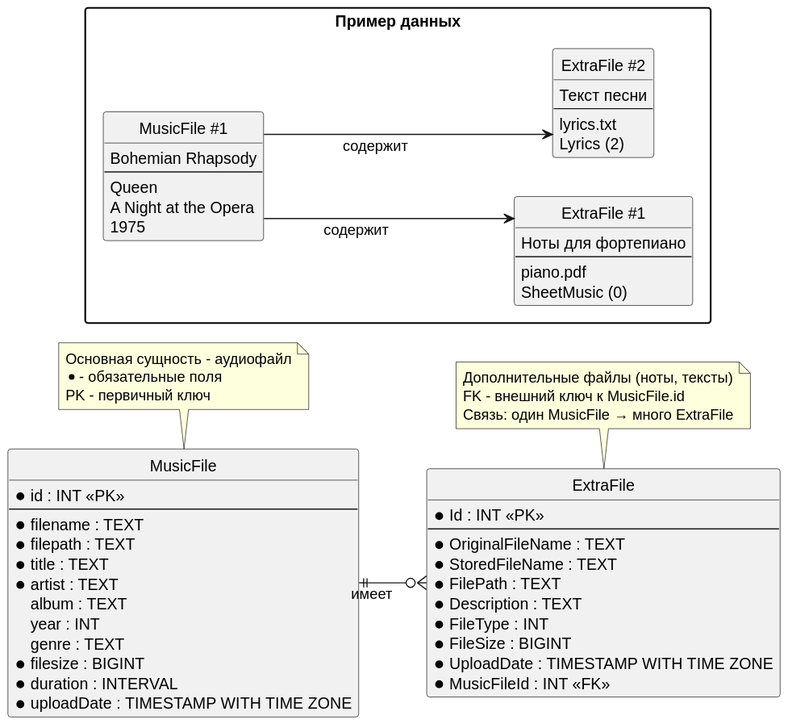
The PlantUML diagram Docs/MusicDatabaseSchema.svg in vaClev/MusicPlayer, before a commit. The source it was exported from:
```plantuml
@startuml
hide circle
skinparam linetype ortho
skinparam packageStyle rectangle
left to right direction

entity MusicFile {
  * id : INT <<PK>>
  --
  * filename : TEXT
  * filepath : TEXT
  * title : TEXT
  * artist : TEXT
  album : TEXT
  year : INT
  genre : TEXT
  * filesize : BIGINT
  * duration : INTERVAL
  * uploadDate : TIMESTAMP WITH TIME ZONE
}

entity ExtraFile {
  * Id : INT <<PK>>
  --
  * OriginalFileName : TEXT
  * StoredFileName : TEXT
  * FilePath : TEXT
  * Description : TEXT
  * FileType : INT
  * FileSize : BIGINT
  * UploadDate : TIMESTAMP WITH TIME ZONE
  * MusicFileId : INT <<FK>>
}

MusicFile ||--o{ ExtraFile : "имеет"

note top of MusicFile
  Основная сущность - аудиофайл
  * - обязательные поля
  PK - первичный ключ
end note

note top of ExtraFile
  Дополнительные файлы (ноты, тексты)
  FK - внешний ключ к MusicFile.id
  Связь: один MusicFile → много ExtraFile
end note

package "Пример данных" {
  entity "MusicFile #1" as MF1 {
    Bohemian Rhapsody
    --
    Queen
    A Night at the Opera
    1975
  }

  entity "ExtraFile #1" as EF1 {
    Ноты для фортепиано
    --
    piano.pdf
    SheetMusic (0)
  }

  entity "ExtraFile #2" as EF2 {
    Текст песни
    --
    lyrics.txt
    Lyrics (2)
  }
}

MF1 --> EF1 : содержит
MF1 --> EF2 : содержит
@enduml
```
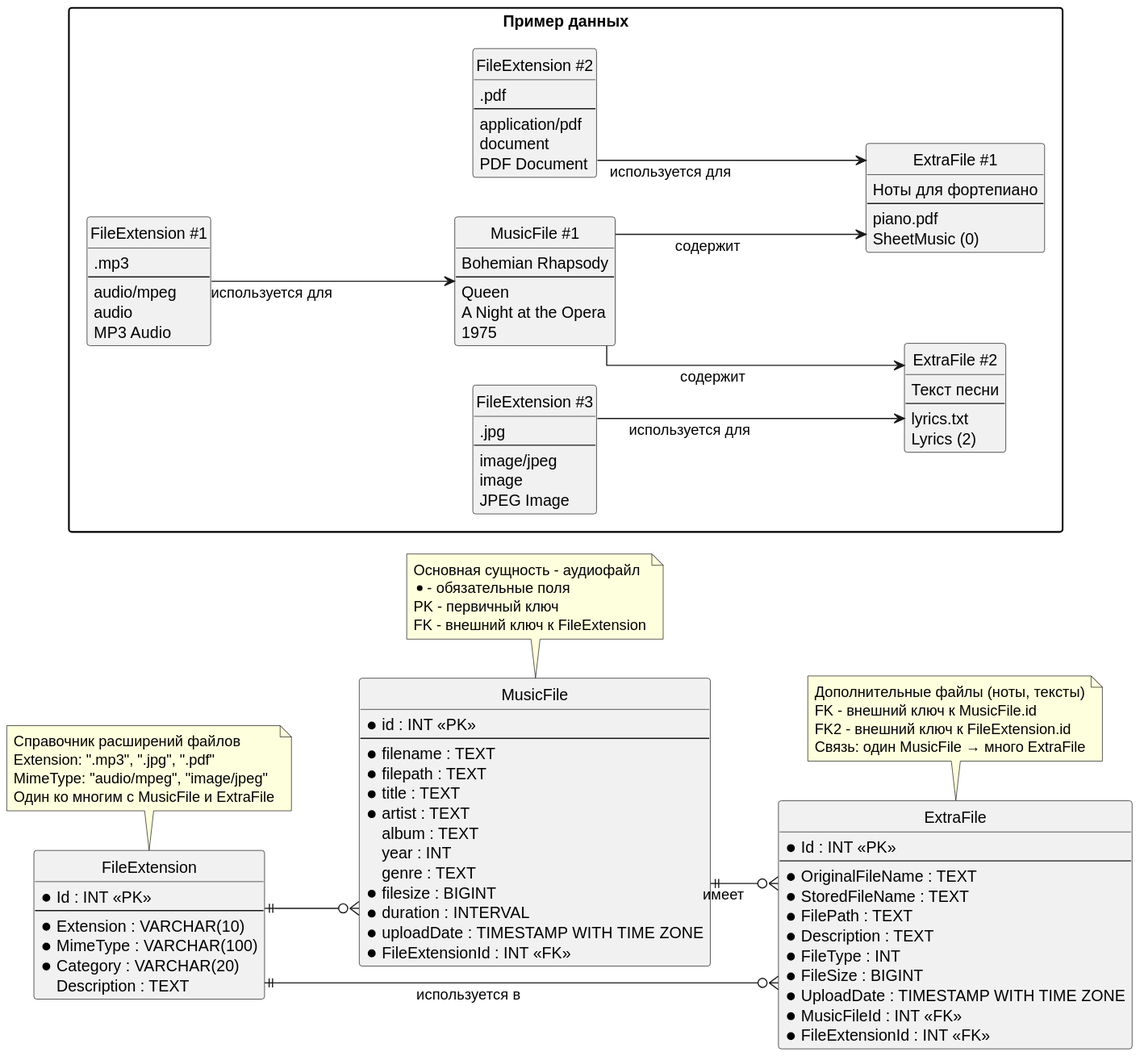
After the change.

What changed in the source:
```diff
@@ -17,6 +17,7 @@
   * filesize : BIGINT
   * duration : INTERVAL
   * uploadDate : TIMESTAMP WITH TIME ZONE
+  * FileExtensionId : INT <<FK>>
 }
 
 entity ExtraFile {
@@ -30,23 +31,68 @@
   * FileSize : BIGINT
   * UploadDate : TIMESTAMP WITH TIME ZONE
   * MusicFileId : INT <<FK>>
+  * FileExtensionId : INT <<FK>>
+}
+
+entity FileExtension {
+  * Id : INT <<PK>>
+  --
+  * Extension : VARCHAR(10)
+  * MimeType : VARCHAR(100)
+  * Category : VARCHAR(20)
+  Description : TEXT
 }
 
 MusicFile ||--o{ ExtraFile : "имеет"
+FileExtension ||--o{ MusicFile
+FileExtension ||--o{ ExtraFile : "используется в"
 
 note top of MusicFile
   Основная сущность - аудиофайл
   * - обязательные поля
   PK - первичный ключ
+  FK - внешний ключ к FileExtension
 end note
 
 note top of ExtraFile
   Дополнительные файлы (ноты, тексты)
   FK - внешний ключ к MusicFile.id
+  FK2 - внешний ключ к FileExtension.id
   Связь: один MusicFile → много ExtraFile
 end note
 
+note top of FileExtension
+  Справочник расширений файлов
+  Extension: ".mp3", ".jpg", ".pdf"
+  MimeType: "audio/mpeg", "image/jpeg"
+  Один ко многим с MusicFile и ExtraFile
+end note
+
 package "Пример данных" {
+   entity "FileExtension #1" as FE1 {
+    .mp3
+    --
+    audio/mpeg
+    audio
+    MP3 Audio
+  }
+
+  entity "FileExtension #2" as FE2 {
+    .pdf
+    --
+    application/pdf
+    document
+    PDF Document
+  }
+
+  entity "FileExtension #3" as FE3 {
+    .jpg
+    --
+    image/jpeg
+    image
+    JPEG Image
+  }
+
   entity "MusicFile #1" as MF1 {
     Bohemian Rhapsody
     --
@@ -70,6 +116,9 @@
   }
 }
 
+FE1 --> MF1 : используется для
 MF1 --> EF1 : содержит
 MF1 --> EF2 : содержит
+FE2 --> EF1 : используется для
+FE3 --> EF2 : используется для
 @enduml
```
